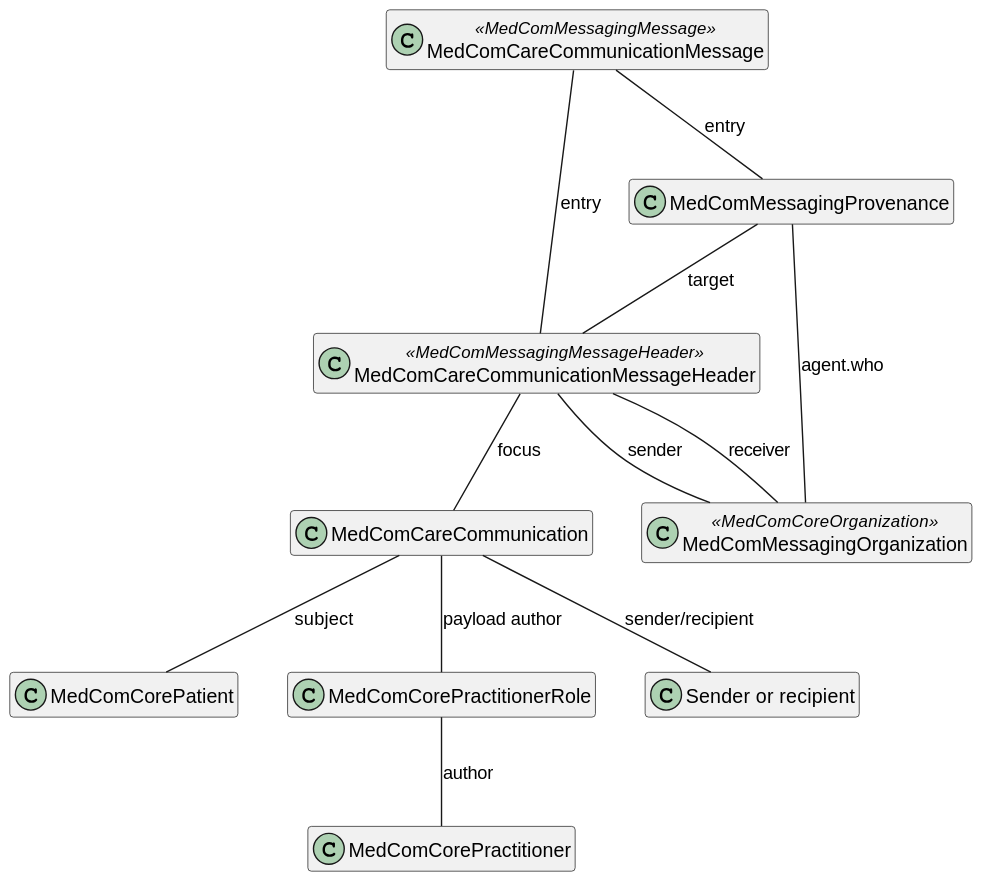
Earlier version of the PlantUML export input/images/carecommunication/CareCommunication.svg (medcomdk/dk-medcom-carecommunication).
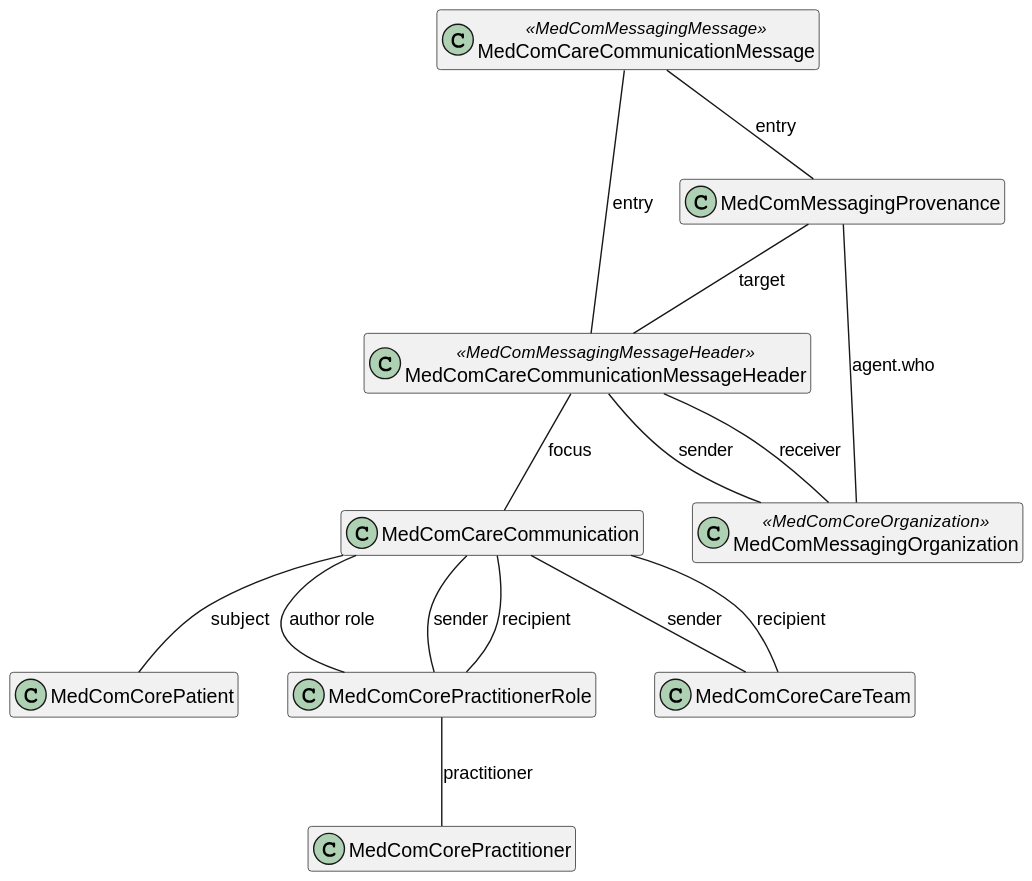
Above is the later version.

The edit, as a diff of the source:
```diff
@@ -10,20 +10,23 @@
 class "MedComMessagingOrganization" as messagingOrganization <<MedComCoreOrganization>>
 class "MedComCareCommunication" as communication
 class "MedComCorePatient" as patient
-class "MedComCorePractitionerRole" as authorRole
-class "Sender or recipient" as senderRec
+class "MedComCorePractitionerRole" as pracRole
+class "MedComCoreCareTeam" as careteam
 class "MedComCorePractitioner" as author
 
 
 message -- messageheader : "entry"
 messageheader -- communication : "focus"
 communication -- patient : "subject"
-communication -- authorRole : "payload author"
+communication -- pracRole : "author role"
 message -- provenance : "entry"
 provenance -- messageheader : "target"
 provenance -- messagingOrganization : "agent.who"
-communication -- senderRec : "sender/recipient"
-authorRole -- author : "author"
+communication -- careteam : "sender"
+communication -- careteam : "recipient"
+communication -- pracRole : "sender"
+communication -- pracRole : "recipient"
+pracRole -- author : "practitioner"
 
 
 messageheader -- messagingOrganization : "receiver"
```
